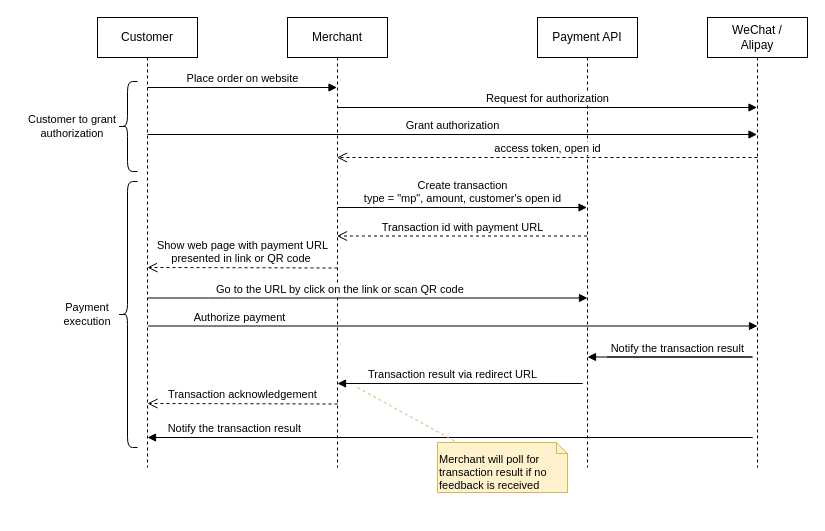
This is page "Public Account Payment" (3 of 4) of Payment Service.drawio from whalebig27/change-request-process-diagram, a draw.io file, before an edit. Source tidied: cells renumbered, new cells numbered last; positions are measured from the earlier drawing's top-left corner, leaving out a move shared by most shapes. Both pictures are drawn from the tidied source at 100%, with x=0, y=0 at pixel (17, 17).
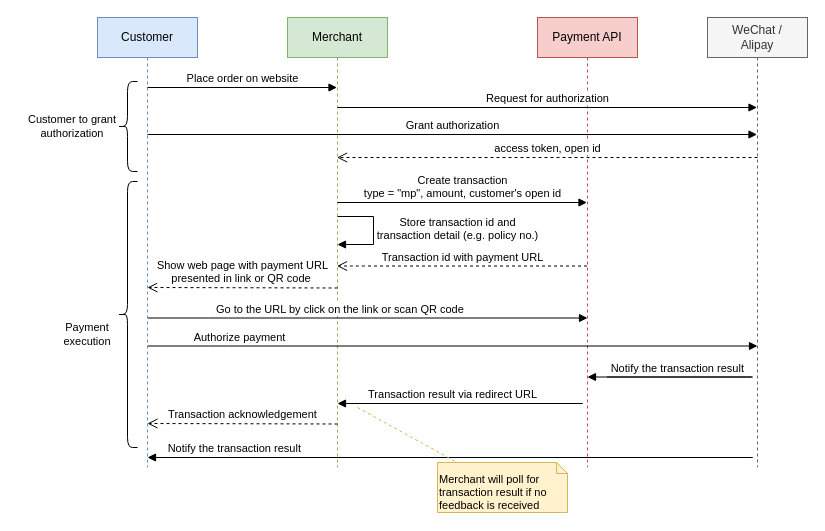
After the change.

What changed in the source:
```diff
@@
-    <mxCell id="2" value="Customer" style="shape=umlLifeline;perimeter=lifelinePerimeter;whiteSpace=wrap;html=1;" parent="1" vertex="1">
+    <mxCell id="2" value="Customer" style="shape=umlLifeline;perimeter=lifelinePerimeter;whiteSpace=wrap;html=1;fillColor=#dae8fc;strokeColor=#6c8ebf;" parent="1" vertex="1">
       <mxGeometry x="80" width="100" height="450" as="geometry" />
     </mxCell>
@@
-    <mxCell id="4" value="Merchant" style="shape=umlLifeline;perimeter=lifelinePerimeter;whiteSpace=wrap;html=1;" parent="1" vertex="1">
+    <mxCell id="4" value="Merchant" style="shape=umlLifeline;perimeter=lifelinePerimeter;whiteSpace=wrap;html=1;fillColor=#d5e8d4;strokeColor=#82b366;" parent="1" vertex="1">
       <mxGeometry x="270" width="100" height="450" as="geometry" />
     </mxCell>
-    <mxCell id="5" value="Payment API" style="shape=umlLifeline;perimeter=lifelinePerimeter;whiteSpace=wrap;html=1;" parent="1" vertex="1">
+    <mxCell id="5" value="Payment API" style="shape=umlLifeline;perimeter=lifelinePerimeter;whiteSpace=wrap;html=1;fillColor=#f8cecc;strokeColor=#b85450;" parent="1" vertex="1">
       <mxGeometry x="520" width="100" height="450" as="geometry" />
     </mxCell>
     <mxCell id="6" value="Create transaction&lt;br&gt;type = &quot;mp&quot;, amount, customer's open id&lt;br&gt;" style="html=1;verticalAlign=bottom;endArrow=block;" parent="1" edge="1">
       <mxGeometry relative="1" as="geometry">
-        <mxPoint x="320" y="190" as="sourcePoint" />
-        <mxPoint x="569.5" y="190" as="targetPoint" />
+        <mxPoint x="320" y="185" as="sourcePoint" />
+        <mxPoint x="569.5" y="185" as="targetPoint" />
         <Array as="points">
-          <mxPoint x="320" y="190" />
+          <mxPoint x="320" y="185" />
         </Array>
       </mxGeometry>
     </mxCell>
-    <mxCell id="7" value="WeChat / &lt;br&gt;Alipay" style="shape=umlLifeline;perimeter=lifelinePerimeter;whiteSpace=wrap;html=1;" parent="1" vertex="1">
+    <mxCell id="7" value="WeChat / &lt;br&gt;Alipay" style="shape=umlLifeline;perimeter=lifelinePerimeter;whiteSpace=wrap;html=1;fillColor=#f5f5f5;strokeColor=#666666;fontColor=#333333;" parent="1" vertex="1">
       <mxGeometry x="690" width="100" height="450" as="geometry" />
     </mxCell>
     <mxCell id="8" value="Notify the transaction result&amp;nbsp;&lt;br&gt;" style="html=1;verticalAlign=bottom;endArrow=block;align=right;" parent="1" edge="1">
       <mxGeometry x="-0.77" relative="1" as="geometry">
-        <mxPoint x="149.5" y="420" as="sourcePoint" />
-        <mxPoint x="130" y="420" as="targetPoint" />
+        <mxPoint x="149.5" y="440" as="sourcePoint" />
+        <mxPoint x="130" y="440" as="targetPoint" />
         <Array as="points">
-          <mxPoint x="740" y="420" />
+          <mxPoint x="740" y="440" />
         </Array>
       </mxGeometry>
     </mxCell>
@@
     <mxCell id="10" value="Show web page with&amp;nbsp;payment URL&lt;br&gt;presented in link or QR code&amp;nbsp;" style="html=1;verticalAlign=bottom;endArrow=open;dashed=1;endSize=8;" parent="1" edge="1">
       <mxGeometry relative="1" as="geometry">
-        <mxPoint x="320" y="250.5" as="sourcePoint" />
-        <mxPoint x="130" y="250" as="targetPoint" />
+        <mxPoint x="320" y="270.5" as="sourcePoint" />
+        <mxPoint x="130" y="270" as="targetPoint" />
       </mxGeometry>
     </mxCell>
     <mxCell id="11" value="Go to the URL by click on the link or scan QR code&lt;br&gt;" style="html=1;verticalAlign=bottom;endArrow=block;align=left;" parent="1" edge="1">
       <mxGeometry x="-0.7" relative="1" as="geometry">
-        <mxPoint x="130.5" y="280.5" as="sourcePoint" />
-        <mxPoint x="570" y="280.5" as="targetPoint" />
+        <mxPoint x="130.5" y="300.5" as="sourcePoint" />
+        <mxPoint x="570" y="300.5" as="targetPoint" />
         <Array as="points">
-          <mxPoint x="201" y="280.5" />
+          <mxPoint x="201" y="300.5" />
         </Array>
       </mxGeometry>
     </mxCell>
     <mxCell id="12" value="Transaction id with payment URL" style="html=1;verticalAlign=bottom;endArrow=open;dashed=1;endSize=8;" parent="1" edge="1">
       <mxGeometry relative="1" as="geometry">
-        <mxPoint x="569.5" y="218.5" as="sourcePoint" />
-        <mxPoint x="319.5" y="218.5" as="targetPoint" />
+        <mxPoint x="569.5" y="248.5" as="sourcePoint" />
+        <mxPoint x="319.5" y="248.5" as="targetPoint" />
         <Array as="points">
-          <mxPoint x="340" y="218.5" />
+          <mxPoint x="340" y="248.5" />
         </Array>
       </mxGeometry>
     </mxCell>
     <mxCell id="13" value="Transaction result via redirect URL" style="html=1;verticalAlign=bottom;endArrow=block;align=right;" parent="1" edge="1">
       <mxGeometry relative="1" as="geometry">
-        <mxPoint x="419.5" y="366" as="sourcePoint" />
-        <mxPoint x="320" y="366" as="targetPoint" />
+        <mxPoint x="419.5" y="386" as="sourcePoint" />
+        <mxPoint x="320" y="386" as="targetPoint" />
         <Array as="points">
-          <mxPoint x="570" y="366" />
+          <mxPoint x="570" y="386" />
         </Array>
       </mxGeometry>
     </mxCell>
     <mxCell id="14" value="Authorize payment&lt;br&gt;" style="html=1;verticalAlign=bottom;endArrow=block;" parent="1" edge="1">
       <mxGeometry x="-0.7" relative="1" as="geometry">
-        <mxPoint x="130.5" y="308.5" as="sourcePoint" />
-        <mxPoint x="740" y="308.5" as="targetPoint" />
+        <mxPoint x="130.5" y="328.5" as="sourcePoint" />
+        <mxPoint x="740" y="328.5" as="targetPoint" />
         <Array as="points">
-          <mxPoint x="201" y="308.5" />
+          <mxPoint x="201" y="328.5" />
         </Array>
       </mxGeometry>
     </mxCell>
     <mxCell id="15" value="Notify the transaction result&amp;nbsp;&lt;br&gt;" style="html=1;verticalAlign=bottom;endArrow=block;align=right;" parent="1" edge="1">
       <mxGeometry relative="1" as="geometry">
-        <mxPoint x="589.5" y="339.5" as="sourcePoint" />
-        <mxPoint x="570" y="339.5" as="targetPoint" />
+        <mxPoint x="589.5" y="359.5" as="sourcePoint" />
+        <mxPoint x="570" y="359.5" as="targetPoint" />
         <Array as="points">
-          <mxPoint x="740" y="339.5" />
+          <mxPoint x="740" y="359.5" />
         </Array>
       </mxGeometry>
     </mxCell>
@@
     <mxCell id="19" value="Merchant will poll for transaction result if no feedback is received" style="shape=note;whiteSpace=wrap;html=1;size=11;verticalAlign=top;align=left;spacingTop=4;fontSize=11;fillColor=#fff2cc;strokeColor=#d6b656;" parent="1" vertex="1">
-      <mxGeometry x="420" y="425" width="130" height="50" as="geometry" />
+      <mxGeometry x="420" y="445" width="130" height="50" as="geometry" />
     </mxCell>
     <mxCell id="20" style="endArrow=none;dashed=1;html=1;fontSize=11;fillColor=#fff2cc;strokeColor=#d6b656;" parent="1" edge="1" target="19">
       <mxGeometry relative="1" as="geometry">
-        <mxPoint x="340" y="370" as="sourcePoint" />
+        <mxPoint x="340" y="390" as="sourcePoint" />
       </mxGeometry>
     </mxCell>
     <mxCell id="21" value="Transaction acknowledgement" style="html=1;verticalAlign=bottom;endArrow=open;dashed=1;endSize=8;" parent="1" edge="1">
       <mxGeometry relative="1" as="geometry">
-        <mxPoint x="320" y="386.5" as="sourcePoint" />
-        <mxPoint x="130" y="386" as="targetPoint" />
+        <mxPoint x="320" y="406.5" as="sourcePoint" />
+        <mxPoint x="130" y="406" as="targetPoint" />
       </mxGeometry>
     </mxCell>
@@
     <mxCell id="24" value="Payment execution" style="text;html=1;strokeColor=none;fillColor=none;align=center;verticalAlign=middle;whiteSpace=wrap;rounded=0;fontSize=11;" parent="1" vertex="1">
-      <mxGeometry x="30" y="276.5" width="80" height="41" as="geometry" />
+      <mxGeometry x="30" y="296.5" width="80" height="41" as="geometry" />
     </mxCell>
+    <mxCell id="25" value="Store transaction id and &lt;br&gt;transaction detail (e.g. policy no.)" style="html=1;verticalAlign=bottom;endArrow=block;align=center;rounded=0;" parent="1" edge="1">
+      <mxGeometry x="0.28" y="-84" relative="1" as="geometry">
+        <mxPoint x="320" y="199" as="sourcePoint" />
+        <mxPoint x="320" y="227" as="targetPoint" />
+        <Array as="points">
+          <mxPoint x="356" y="199" />
+          <mxPoint x="356" y="227" />
+        </Array>
+        <mxPoint x="84" y="84" as="offset" />
+      </mxGeometry>
+    </mxCell>
```
